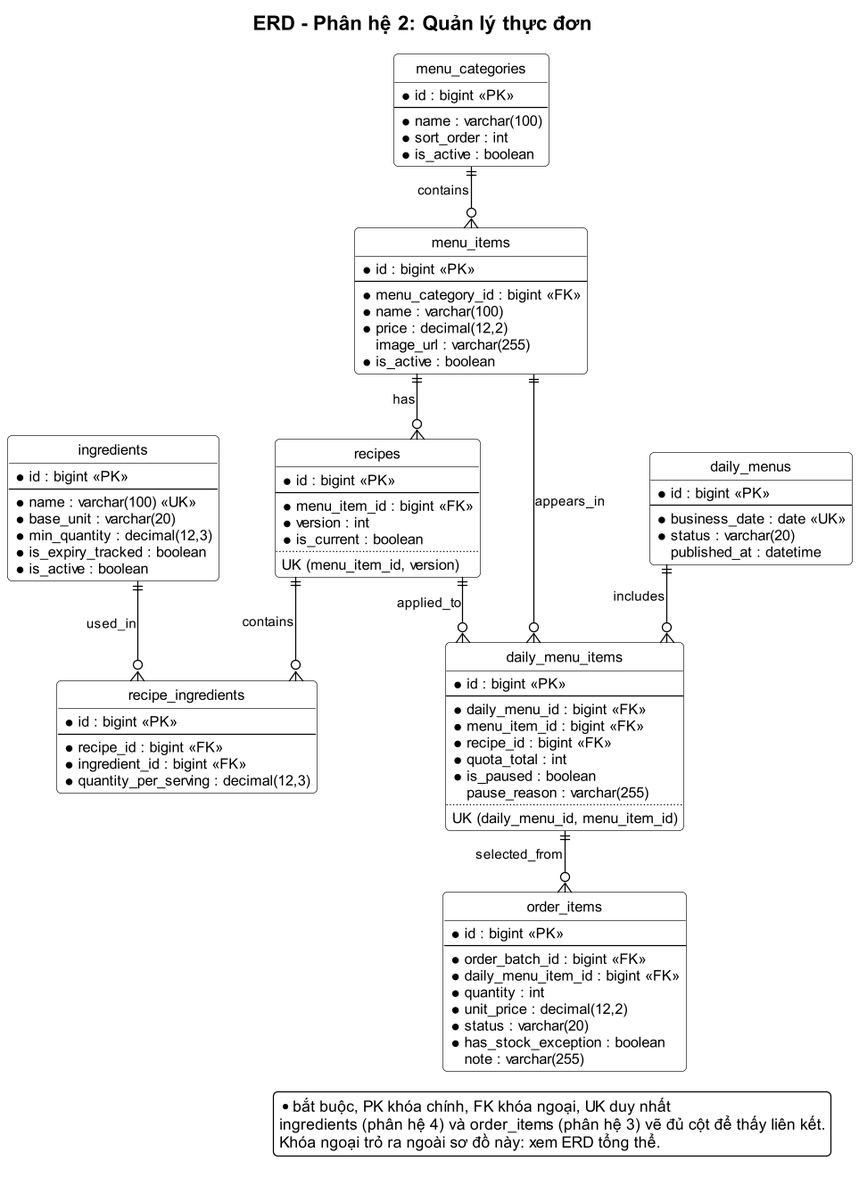
Earlier version of the PlantUML export docs/02-quan-ly-thuc-don/erd.png (Anpham120/restaurant-management-system).
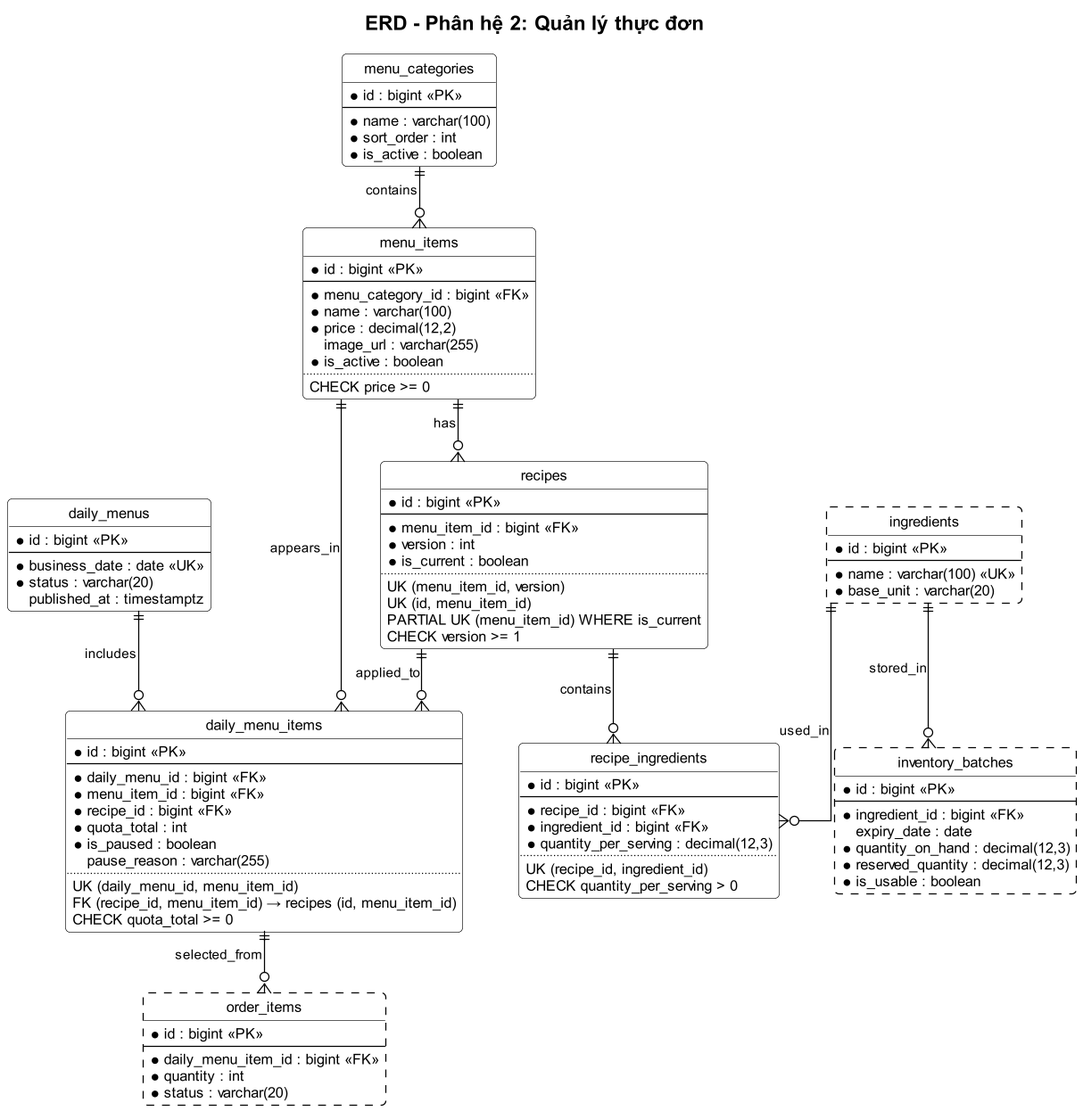
The same diagram one commit later.

Diff of the diagram source:
```diff
@@ -6,6 +6,14 @@
 skinparam nodesep 50
 skinparam ranksep 55
 title ERD - Phân hệ 2: Quản lý thực đơn
+
+entity "daily_menus" as daily_menus {
+  * id : bigint <<PK>>
+  --
+  * business_date : date <<UK>>
+  * status : varchar(20)
+  published_at : timestamptz
+}
 
 entity "menu_categories" as menu_categories {
   * id : bigint <<PK>>
@@ -23,6 +31,8 @@
   * price : decimal(12,2)
   image_url : varchar(255)
   * is_active : boolean
+  ..
+  CHECK price >= 0
 }
 
 entity "recipes" as recipes {
@@ -33,6 +43,9 @@
   * is_current : boolean
   ..
   UK (menu_item_id, version)
+  UK (id, menu_item_id)
+  PARTIAL UK (menu_item_id) WHERE is_current
+  CHECK version >= 1
 }
 
 entity "recipe_ingredients" as recipe_ingredients {
@@ -41,14 +54,9 @@
   * recipe_id : bigint <<FK>>
   * ingredient_id : bigint <<FK>>
   * quantity_per_serving : decimal(12,3)
-}
-
-entity "daily_menus" as daily_menus {
-  * id : bigint <<PK>>
-  --
-  * business_date : date <<UK>>
-  * status : varchar(20)
-  published_at : datetime
+  ..
+  UK (recipe_id, ingredient_id)
+  CHECK quantity_per_serving > 0
 }
 
 entity "daily_menu_items" as daily_menu_items {
@@ -62,28 +70,33 @@
   pause_reason : varchar(255)
   ..
   UK (daily_menu_id, menu_item_id)
+  FK (recipe_id, menu_item_id) → recipes (id, menu_item_id)
+  CHECK quota_total >= 0
 }
 
-entity "ingredients" as ingredients {
+entity "ingredients" as ingredients #line.dashed {
   * id : bigint <<PK>>
   --
   * name : varchar(100) <<UK>>
   * base_unit : varchar(20)
-  * min_quantity : decimal(12,3)
-  * is_expiry_tracked : boolean
-  * is_active : boolean
 }
 
-entity "order_items" as order_items {
+entity "inventory_batches" as inventory_batches #line.dashed {
   * id : bigint <<PK>>
   --
-  * order_batch_id : bigint <<FK>>
+  * ingredient_id : bigint <<FK>>
+  expiry_date : date
+  * quantity_on_hand : decimal(12,3)
+  * reserved_quantity : decimal(12,3)
+  * is_usable : boolean
+}
+
+entity "order_items" as order_items #line.dashed {
+  * id : bigint <<PK>>
+  --
   * daily_menu_item_id : bigint <<FK>>
   * quantity : int
-  * unit_price : decimal(12,2)
   * status : varchar(20)
-  * has_stock_exception : boolean
-  note : varchar(255)
 }
 
 menu_categories ||--o{ menu_items : contains
@@ -94,10 +107,5 @@
 menu_items ||--o{ daily_menu_items : appears_in
 recipes ||--o{ daily_menu_items : applied_to
 daily_menu_items ||--o{ order_items : selected_from
-
-legend right
-  * bắt buộc, PK khóa chính, FK khóa ngoại, UK duy nhất
-  ingredients (phân hệ 4) và order_items (phân hệ 3) vẽ đủ cột để thấy liên kết.
-  Khóa ngoại trỏ ra ngoài sơ đồ này: xem ERD tổng thể.
-endlegend
+ingredients ||--o{ inventory_batches : stored_in
 @enduml
```
